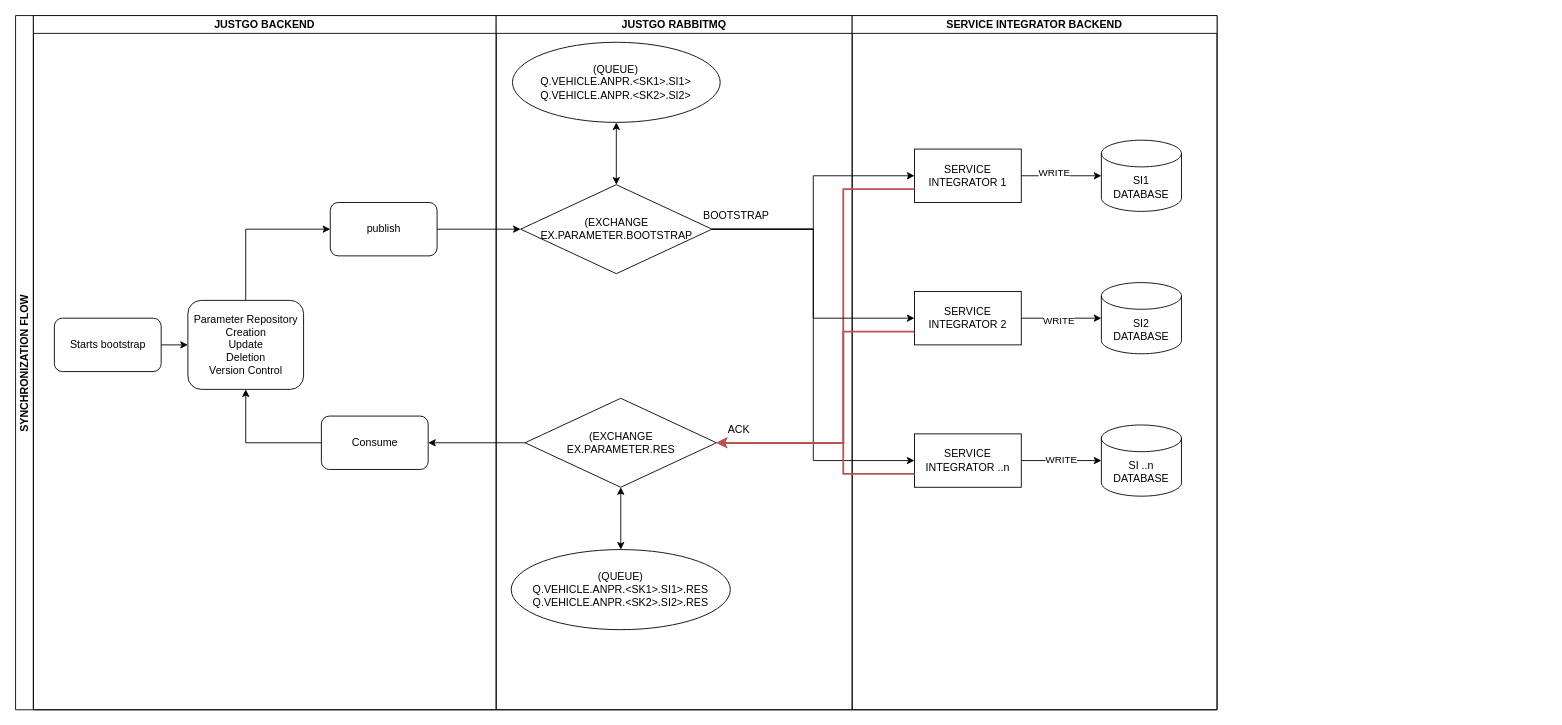
Before: page "Fanout" (2 of 2) of Bootstrap.drawio in Marcus-141/DrawIOFiles, a draw.io diagram. Source tidied: cells renumbered, new cells numbered last; positions are measured from the earlier drawing's top-left corner, leaving out a move shared by most shapes. Both pictures are drawn from the tidied source at 89%, with x=0, y=0 at pixel (15, 15).
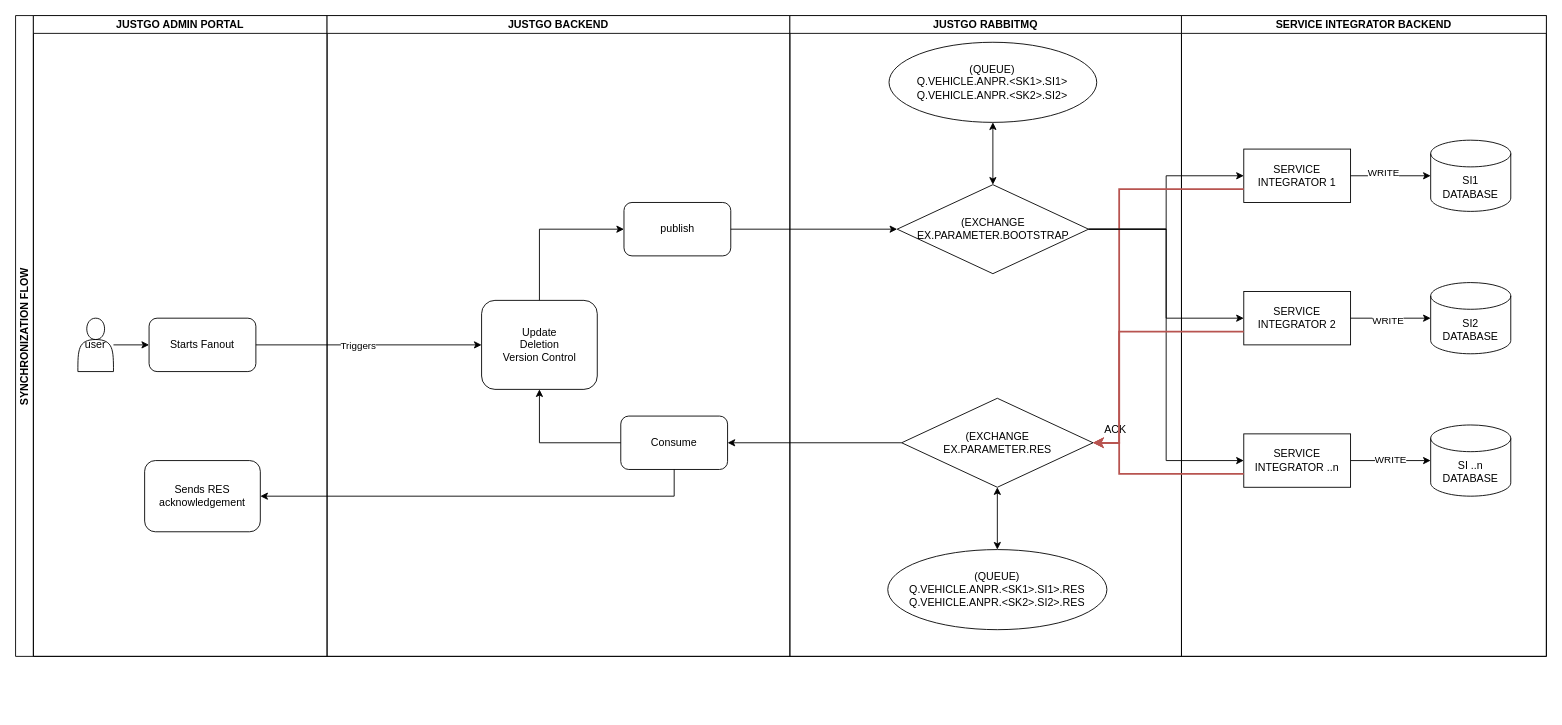
After the change.

Unchanged cells that the change refers to:
```xml
<mxCell id="10" value="publish" style="rounded=1;whiteSpace=wrap;html=1;" parent="4" vertex="1">
  <mxGeometry x="-186.4" y="210" width="120" height="60" as="geometry" />
</mxCell>
<mxCell id="22" value="SERVICE&lt;br&gt;INTEGRATOR 1" style="rounded=0;whiteSpace=wrap;html=1;" parent="21" vertex="1">
  <mxGeometry x="70" y="150" width="120" height="60" as="geometry" />
</mxCell>
<mxCell id="24" style="edgeStyle=orthogonalEdgeStyle;rounded=0;jettySize=auto;html=1;exitX=1;exitY=0.5;exitDx=0;exitDy=0;entryX=0;entryY=0.5;entryDx=0;entryDy=0;entryPerimeter=0;" parent="21" edge="1" source="22" target="23">
  <mxGeometry relative="1" as="geometry" />
</mxCell>
<mxCell id="26" value="SERVICE&lt;br&gt;INTEGRATOR 2" style="rounded=0;whiteSpace=wrap;html=1;" parent="21" vertex="1">
  <mxGeometry x="70" y="310" width="120" height="60" as="geometry" />
</mxCell>
<mxCell id="27" style="edgeStyle=orthogonalEdgeStyle;rounded=0;jettySize=auto;html=1;exitX=1;exitY=0.5;exitDx=0;exitDy=0;" parent="21" edge="1" source="29" target="33">
  <mxGeometry relative="1" as="geometry" />
</mxCell>
<mxCell id="29" value="SERVICE&lt;br&gt;INTEGRATOR ..n" style="rounded=0;whiteSpace=wrap;html=1;" parent="21" vertex="1">
  <mxGeometry x="70" y="470" width="120" height="60" as="geometry" />
</mxCell>
<mxCell id="31" style="edgeStyle=orthogonalEdgeStyle;rounded=0;jettySize=auto;html=1;exitX=1;exitY=0.5;exitDx=0;exitDy=0;entryX=0;entryY=0.5;entryDx=0;entryDy=0;entryPerimeter=0;" parent="21" edge="1" source="26" target="30">
  <mxGeometry relative="1" as="geometry" />
</mxCell>
```

Change to the diagram source:
```diff
@@
     <mxCell id="2" value="SYNCHRONIZATION FLOW" style="swimlane;startSize=20;horizontal=0;" parent="1" vertex="1">
-      <mxGeometry width="1350" height="780" as="geometry" />
+      <mxGeometry width="1720" height="720" as="geometry" />
     </mxCell>
+    <mxCell id="41" value="JUSTGO ADMIN PORTAL" style="swimlane;startSize=20;" parent="2" vertex="1">
+      <mxGeometry x="20" width="330" height="720" as="geometry" />
+    </mxCell>
+    <mxCell id="42" style="edgeStyle=orthogonalEdgeStyle;rounded=0;jettySize=auto;html=1;entryX=0;entryY=0.5;entryDx=0;entryDy=0;" parent="41" edge="1" source="43" target="44">
+      <mxGeometry relative="1" as="geometry" />
+    </mxCell>
+    <mxCell id="43" value="user" style="shape=actor;whiteSpace=wrap;html=1;" parent="41" vertex="1">
+      <mxGeometry x="50" y="340" width="40" height="60" as="geometry" />
+    </mxCell>
+    <mxCell id="44" value="Starts Fanout" style="rounded=1;whiteSpace=wrap;html=1;" parent="41" vertex="1">
+      <mxGeometry x="130" y="340" width="120" height="60" as="geometry" />
+    </mxCell>
+    <mxCell id="45" value="Sends RES acknowledgement" style="rounded=1;whiteSpace=wrap;html=1;" parent="41" vertex="1">
+      <mxGeometry x="125" y="500" width="130" height="80" as="geometry" />
+    </mxCell>
     <mxCell id="3" value="JUSTGO BACKEND" style="swimlane;startSize=20;" parent="2" vertex="1">
-      <mxGeometry x="20" width="520" height="780" as="geometry" />
+      <mxGeometry x="350" width="520" height="720" as="geometry" />
     </mxCell>
+    <mxCell id="12" value="Consume" style="rounded=1;whiteSpace=wrap;html=1;" parent="3" vertex="1">
+      <mxGeometry x="330" y="450" width="120" height="60" as="geometry" />
+    </mxCell>
     <mxCell id="4" value="JUSTGO RABBITMQ" style="swimlane;startSize=20;" parent="2" vertex="1">
-      <mxGeometry x="540" width="400" height="780" as="geometry" />
+      <mxGeometry x="870" width="440" height="720" as="geometry" />
     </mxCell>
     <mxCell id="5" value="(QUEUE)&lt;br&gt;Q.VEHICLE.ANPR.&amp;lt;SK1&amp;gt;.SI1&amp;gt;&lt;br&gt;&lt;div&gt;Q.VEHICLE.ANPR.&amp;lt;SK2&amp;gt;.SI2&amp;gt;&lt;/div&gt;" style="ellipse;whiteSpace=wrap;html=1;shapeInside=1;" parent="4" vertex="1">
-      <mxGeometry x="18.3" y="30" width="233.4" height="90" as="geometry" />
+      <mxGeometry x="111.4" y="30" width="233.4" height="90" as="geometry" />
     </mxCell>
-    <mxCell id="6" style="edgeStyle=orthogonalEdgeStyle;rounded=0;jettySize=auto;html=1;exitX=1;exitY=0.5;exitDx=0;exitDy=0;entryX=0;entryY=0.5;entryDx=0;entryDy=0;" parent="4" edge="1" source="7" target="9">
-      <mxGeometry relative="1" as="geometry" />
-    </mxCell>
-    <mxCell id="7" value="Starts bootstrap" style="rounded=1;whiteSpace=wrap;html=1;" parent="4" vertex="1">
-      <mxGeometry x="-496.4" y="340" width="120" height="60" as="geometry" />
-    </mxCell>
-    <mxCell id="8" style="edgeStyle=orthogonalEdgeStyle;rounded=0;jettySize=auto;html=1;exitX=0.5;exitY=0;exitDx=0;exitDy=0;entryX=0;entryY=0.5;entryDx=0;entryDy=0;" parent="4" edge="1" source="9" target="10">
-      <mxGeometry relative="1" as="geometry" />
-    </mxCell>
-    <mxCell id="9" value="Parameter Repository&lt;div&gt;Creation&lt;/div&gt;&lt;div&gt;Update&lt;/div&gt;&lt;div&gt;Deletion&lt;/div&gt;&lt;div&gt;Version Control&lt;/div&gt;" style="rounded=1;whiteSpace=wrap;html=1;" parent="4" vertex="1">
-      <mxGeometry x="-346.4" y="320" width="130" height="100" as="geometry" />
-    </mxCell>
+    <mxCell id="46" style="edgeStyle=orthogonalEdgeStyle;rounded=0;jettySize=auto;html=1;exitX=0.5;exitY=0;exitDx=0;exitDy=0;entryX=0;entryY=0.5;entryDx=0;entryDy=0;" parent="4" edge="1" source="47" target="10">
+      <mxGeometry relative="1" as="geometry" />
+    </mxCell>
+    <mxCell id="47" value="&lt;div&gt;&lt;span style=&quot;background-color: transparent; color: light-dark(rgb(0, 0, 0), rgb(255, 255, 255));&quot;&gt;Update&lt;/span&gt;&lt;/div&gt;&lt;div&gt;Deletion&lt;/div&gt;&lt;div&gt;Version Control&lt;/div&gt;" style="rounded=1;whiteSpace=wrap;html=1;" parent="4" vertex="1">
+      <mxGeometry x="-346.4" y="320" width="130" height="100" as="geometry" />
+    </mxCell>
@@
-    <mxCell id="11" style="edgeStyle=orthogonalEdgeStyle;rounded=0;jettySize=auto;html=1;entryX=0.5;entryY=1;entryDx=0;entryDy=0;" parent="4" edge="1" source="12" target="9">
-      <mxGeometry relative="1" as="geometry" />
-    </mxCell>
-    <mxCell id="12" value="Consume" style="rounded=1;whiteSpace=wrap;html=1;" parent="4" vertex="1">
-      <mxGeometry x="-196.4" y="450" width="120" height="60" as="geometry" />
-    </mxCell>
     <mxCell id="13" value="(EXCHANGE&lt;br&gt;EX.PARAMETER.BOOTSTRAP" style="rhombus;whiteSpace=wrap;html=1;shapeInside=1;" parent="4" vertex="1">
-      <mxGeometry x="27.5" y="190" width="215" height="100" as="geometry" />
+      <mxGeometry x="120.6" y="190" width="215" height="100" as="geometry" />
     </mxCell>
@@
     <mxCell id="15" value="(EXCHANGE&lt;br&gt;EX.PARAMETER.RES" style="rhombus;whiteSpace=wrap;html=1;shapeInside=1;" parent="4" vertex="1">
-      <mxGeometry x="32.5" y="430" width="215" height="100" as="geometry" />
+      <mxGeometry x="125.6" y="430" width="215" height="100" as="geometry" />
     </mxCell>
@@
-    <mxCell id="17" style="edgeStyle=orthogonalEdgeStyle;rounded=0;jettySize=auto;html=1;exitX=0;exitY=0.5;exitDx=0;exitDy=0;entryX=1;entryY=0.5;entryDx=0;entryDy=0;" parent="4" edge="1" source="15" target="12">
-      <mxGeometry relative="1" as="geometry" />
-    </mxCell>
     <mxCell id="18" value="(QUEUE)&lt;br&gt;Q.VEHICLE.ANPR.&amp;lt;SK1&amp;gt;.SI1&amp;gt;.RES&lt;br&gt;&lt;div&gt;Q.VEHICLE.ANPR.&amp;lt;SK2&amp;gt;.SI2&amp;gt;.RES&lt;/div&gt;" style="ellipse;whiteSpace=wrap;html=1;shapeInside=1;" parent="4" vertex="1">
-      <mxGeometry x="16.9" y="600" width="246.2" height="90" as="geometry" />
+      <mxGeometry x="110" y="600" width="246.2" height="90" as="geometry" />
     </mxCell>
@@
     <mxCell id="20" value="ACK" style="text;html=1;whiteSpace=wrap;strokeColor=none;fillColor=none;align=center;verticalAlign=middle;rounded=0;" parent="4" vertex="1">
-      <mxGeometry x="242.5" y="450" width="60" height="30" as="geometry" />
+      <mxGeometry x="335.6" y="450" width="60" height="30" as="geometry" />
     </mxCell>
     <mxCell id="21" value="SERVICE INTEGRATOR BACKEND" style="swimlane;startSize=20;" parent="2" vertex="1">
-      <mxGeometry x="940" width="410" height="780" as="geometry" />
+      <mxGeometry x="1310" width="410" height="720" as="geometry" />
     </mxCell>
@@
-    <mxCell id="25" value="WRITE" style="edgeLabel;html=1;align=center;verticalAlign=middle;" parent="24" vertex="1">
-      <mxGeometry x="-0.2" y="4" relative="1" as="geometry" />
-    </mxCell>
+    <mxCell id="48" value="WRITE" style="edgeLabel;html=1;align=center;verticalAlign=middle;" parent="24" vertex="1">
+      <mxGeometry x="-0.2" y="4" relative="1" as="geometry" />
+    </mxCell>
@@
-    <mxCell id="28" value="WRITE" style="edgeLabel;html=1;align=center;verticalAlign=middle;" parent="27" vertex="1">
-      <mxGeometry x="-0.03" y="2" relative="1" as="geometry" />
-    </mxCell>
+    <mxCell id="49" value="WRITE" style="edgeLabel;html=1;align=center;verticalAlign=middle;" parent="27" vertex="1">
+      <mxGeometry x="-0.03" y="2" relative="1" as="geometry" />
+    </mxCell>
@@
-    <mxCell id="32" value="WRITE" style="edgeLabel;html=1;align=center;verticalAlign=middle;" parent="31" vertex="1">
-      <mxGeometry x="-0.1" y="-2" relative="1" as="geometry" />
-    </mxCell>
+    <mxCell id="50" value="WRITE" style="edgeLabel;html=1;align=center;verticalAlign=middle;" parent="31" vertex="1">
+      <mxGeometry x="-0.1" y="-2" relative="1" as="geometry" />
+    </mxCell>
@@
     <mxCell id="35" style="edgeStyle=orthogonalEdgeStyle;rounded=0;jettySize=auto;html=1;exitX=0;exitY=0.75;exitDx=0;exitDy=0;entryX=1;entryY=0.5;entryDx=0;entryDy=0;fillColor=#f8cecc;strokeColor=#b85450;strokeWidth=2;" parent="2" edge="1" source="22" target="15">
       <mxGeometry relative="1" as="geometry">
         <Array as="points">
-          <mxPoint x="930" y="195" />
-          <mxPoint x="930" y="480" />
+          <mxPoint x="1240" y="195" />
+          <mxPoint x="1240" y="480" />
         </Array>
       </mxGeometry>
     </mxCell>
@@
     <mxCell id="38" style="edgeStyle=orthogonalEdgeStyle;rounded=0;jettySize=auto;html=1;exitX=0;exitY=0.75;exitDx=0;exitDy=0;entryX=1;entryY=0.5;entryDx=0;entryDy=0;fillColor=#f8cecc;strokeColor=#b85450;strokeWidth=2;" parent="2" edge="1" source="26" target="15">
       <mxGeometry relative="1" as="geometry">
         <Array as="points">
-          <mxPoint x="930" y="355" />
-          <mxPoint x="930" y="480" />
+          <mxPoint x="1240" y="355" />
+          <mxPoint x="1240" y="480" />
         </Array>
       </mxGeometry>
     </mxCell>
     <mxCell id="39" style="edgeStyle=orthogonalEdgeStyle;rounded=0;jettySize=auto;html=1;exitX=0;exitY=0.75;exitDx=0;exitDy=0;entryX=1;entryY=0.5;entryDx=0;entryDy=0;fillColor=#f8cecc;strokeColor=#b85450;strokeWidth=2;" parent="2" edge="1" source="29" target="15">
       <mxGeometry relative="1" as="geometry">
         <Array as="points">
-          <mxPoint x="930" y="515" />
-          <mxPoint x="930" y="480" />
+          <mxPoint x="1240" y="515" />
+          <mxPoint x="1240" y="480" />
         </Array>
       </mxGeometry>
     </mxCell>
-    <mxCell id="40" value="BOOTSTRAP" style="text;html=1;whiteSpace=wrap;strokeColor=none;fillColor=none;align=center;verticalAlign=middle;rounded=0;" parent="1" vertex="1">
-      <mxGeometry x="780" y="210" width="60" height="30" as="geometry" />
-    </mxCell>
+    <mxCell id="51" style="edgeStyle=orthogonalEdgeStyle;rounded=0;jettySize=auto;html=1;exitX=1;exitY=0.5;exitDx=0;exitDy=0;entryX=0;entryY=0.5;entryDx=0;entryDy=0;" parent="2" edge="1" source="44" target="47">
+      <mxGeometry relative="1" as="geometry" />
+    </mxCell>
+    <mxCell id="52" value="Triggers" style="edgeLabel;html=1;align=center;verticalAlign=middle;" parent="51" vertex="1">
+      <mxGeometry x="-0.1" relative="1" as="geometry" />
+    </mxCell>
+    <mxCell id="53" style="edgeStyle=orthogonalEdgeStyle;rounded=0;jettySize=auto;html=1;entryX=0.5;entryY=1;entryDx=0;entryDy=0;" parent="2" edge="1" source="12" target="47">
+      <mxGeometry relative="1" as="geometry" />
+    </mxCell>
+    <mxCell id="17" style="edgeStyle=orthogonalEdgeStyle;rounded=0;jettySize=auto;html=1;exitX=0;exitY=0.5;exitDx=0;exitDy=0;entryX=1;entryY=0.5;entryDx=0;entryDy=0;" parent="2" edge="1" source="15" target="12">
+      <mxGeometry relative="1" as="geometry" />
+    </mxCell>
+    <mxCell id="54" style="edgeStyle=orthogonalEdgeStyle;rounded=0;jettySize=auto;html=1;exitX=0.5;exitY=1;exitDx=0;exitDy=0;entryX=1;entryY=0.5;entryDx=0;entryDy=0;" parent="2" edge="1" source="12" target="45">
+      <mxGeometry relative="1" as="geometry" />
+    </mxCell>
```
